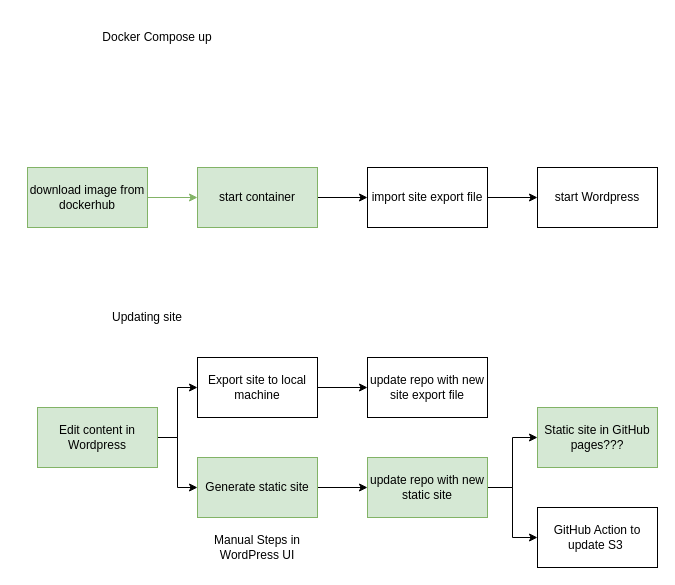
jvanulde/riskprofiler-cms keeps this draw.io diagram as page "Page-2" (2 of 2) of docs/riskprofiler-cms.drawio. Above is the earlier version. Source tidied: cells renumbered, new cells numbered last; positions are measured from the earlier drawing's top-left corner, leaving out a move shared by most shapes. Both pictures are drawn from the tidied source at 100%, with x=0, y=0 at pixel (17, 17).
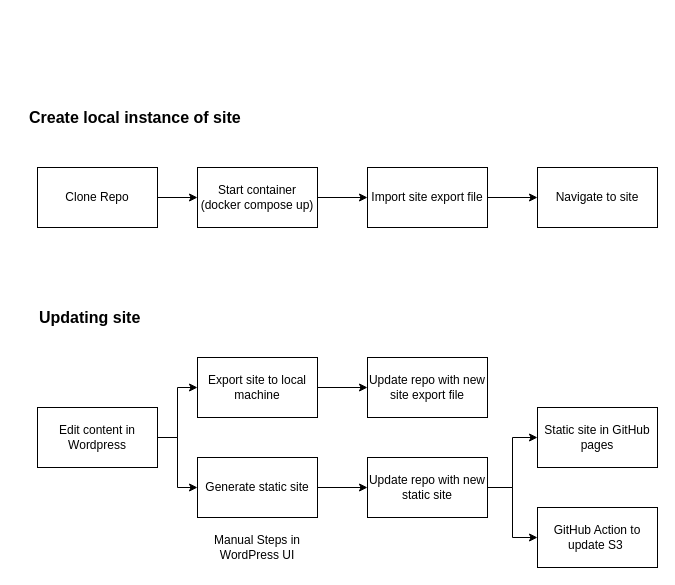
The same page after the edit.

The edit, as a diff of the source:
```diff
@@
-    <mxCell id="2" value="Docker Compose up" style="text;html=1;strokeColor=none;fillColor=none;align=center;verticalAlign=middle;whiteSpace=wrap;rounded=0;" parent="1" vertex="1">
-      <mxGeometry x="10" width="260" height="40" as="geometry" />
+    <mxCell id="2" value="Create local instance of site" style="text;html=1;align=left;verticalAlign=middle;whiteSpace=wrap;rounded=0;fontStyle=1;fontSize=16;" parent="1" vertex="1">
+      <mxGeometry x="10" y="80" width="260" height="40" as="geometry" />
     </mxCell>
-    <mxCell id="3" style="edgeStyle=orthogonalEdgeStyle;rounded=0;jettySize=auto;html=1;exitX=1;exitY=0.5;exitDx=0;exitDy=0;entryX=0;entryY=0.5;entryDx=0;entryDy=0;fillColor=#d5e8d4;strokeColor=#82b366;" parent="1" edge="1" source="4" target="6">
+    <mxCell id="3" style="edgeStyle=orthogonalEdgeStyle;rounded=0;jettySize=auto;html=1;exitX=1;exitY=0.5;exitDx=0;exitDy=0;entryX=0;entryY=0.5;entryDx=0;entryDy=0;" parent="1" edge="1" source="4" target="6">
       <mxGeometry relative="1" as="geometry" />
     </mxCell>
-    <mxCell id="4" value="download image from dockerhub" style="rounded=0;whiteSpace=wrap;html=1;fillColor=#d5e8d4;strokeColor=#82b366;" parent="1" vertex="1">
-      <mxGeometry x="10" y="150" width="120" height="60" as="geometry" />
+    <mxCell id="4" value="Clone Repo" style="rounded=0;whiteSpace=wrap;html=1;" parent="1" vertex="1">
+      <mxGeometry x="20" y="150" width="120" height="60" as="geometry" />
     </mxCell>
@@
-    <mxCell id="6" value="start container" style="rounded=0;whiteSpace=wrap;html=1;fillColor=#d5e8d4;strokeColor=#82b366;" parent="1" vertex="1">
+    <mxCell id="6" value="Start container&lt;br&gt;(docker compose up)" style="rounded=0;whiteSpace=wrap;html=1;" parent="1" vertex="1">
       <mxGeometry x="180" y="150" width="120" height="60" as="geometry" />
     </mxCell>
@@
-    <mxCell id="8" value="import site export file" style="rounded=0;whiteSpace=wrap;html=1;" parent="1" vertex="1">
+    <mxCell id="8" value="Import site export file" style="rounded=0;whiteSpace=wrap;html=1;" parent="1" vertex="1">
       <mxGeometry x="350" y="150" width="120" height="60" as="geometry" />
     </mxCell>
-    <mxCell id="9" value="Updating site" style="text;html=1;strokeColor=none;fillColor=none;align=center;verticalAlign=middle;whiteSpace=wrap;rounded=0;" parent="1" vertex="1">
-      <mxGeometry y="280" width="260" height="40" as="geometry" />
+    <mxCell id="9" value="Updating site" style="text;html=1;align=left;verticalAlign=middle;whiteSpace=wrap;rounded=0;fontStyle=1;fontSize=16;" parent="1" vertex="1">
+      <mxGeometry x="20" y="280" width="240" height="40" as="geometry" />
     </mxCell>
@@
-    <mxCell id="12" value="Edit content in Wordpress" style="rounded=0;whiteSpace=wrap;html=1;fillColor=#d5e8d4;strokeColor=#82b366;" parent="1" vertex="1">
+    <mxCell id="12" value="Edit content in Wordpress" style="rounded=0;whiteSpace=wrap;html=1;" parent="1" vertex="1">
       <mxGeometry x="20" y="390" width="120" height="60" as="geometry" />
     </mxCell>
@@
-    <mxCell id="15" value="update repo with new site export file" style="rounded=0;whiteSpace=wrap;html=1;" parent="1" vertex="1">
+    <mxCell id="15" value="Update repo with new site export file" style="rounded=0;whiteSpace=wrap;html=1;" parent="1" vertex="1">
       <mxGeometry x="350" y="340" width="120" height="60" as="geometry" />
     </mxCell>
-    <mxCell id="16" value="start Wordpress" style="rounded=0;whiteSpace=wrap;html=1;" parent="1" vertex="1">
+    <mxCell id="16" value="Navigate to site" style="rounded=0;whiteSpace=wrap;html=1;" parent="1" vertex="1">
       <mxGeometry x="520" y="150" width="120" height="60" as="geometry" />
     </mxCell>
@@
-    <mxCell id="19" value="Generate static site" style="rounded=0;whiteSpace=wrap;html=1;fillColor=#d5e8d4;strokeColor=#82b366;" parent="1" vertex="1">
+    <mxCell id="19" value="Generate static site" style="rounded=0;whiteSpace=wrap;html=1;" parent="1" vertex="1">
       <mxGeometry x="180" y="440" width="120" height="60" as="geometry" />
     </mxCell>
@@
-    <mxCell id="22" value="update repo with new static site" style="rounded=0;whiteSpace=wrap;html=1;fillColor=#d5e8d4;strokeColor=#82b366;" parent="1" vertex="1">
+    <mxCell id="22" value="Update repo with new static site" style="rounded=0;whiteSpace=wrap;html=1;" parent="1" vertex="1">
       <mxGeometry x="350" y="440" width="120" height="60" as="geometry" />
     </mxCell>
-    <mxCell id="23" value="Static site in GitHub pages???" style="rounded=0;whiteSpace=wrap;html=1;fillColor=#d5e8d4;strokeColor=#82b366;" parent="1" vertex="1">
+    <mxCell id="23" value="Static site in GitHub pages" style="rounded=0;whiteSpace=wrap;html=1;" parent="1" vertex="1">
       <mxGeometry x="520" y="390" width="120" height="60" as="geometry" />
     </mxCell>
-    <mxCell id="24" value="Manual Steps in WordPress UI" style="text;html=1;strokeColor=none;fillColor=none;align=center;verticalAlign=middle;whiteSpace=wrap;rounded=0;" parent="1" vertex="1">
+    <mxCell id="24" value="Manual Steps in WordPress UI" style="text;html=1;align=center;verticalAlign=middle;whiteSpace=wrap;rounded=0;" parent="1" vertex="1">
       <mxGeometry x="190" y="520" width="100" height="20" as="geometry" />
     </mxCell>
```
